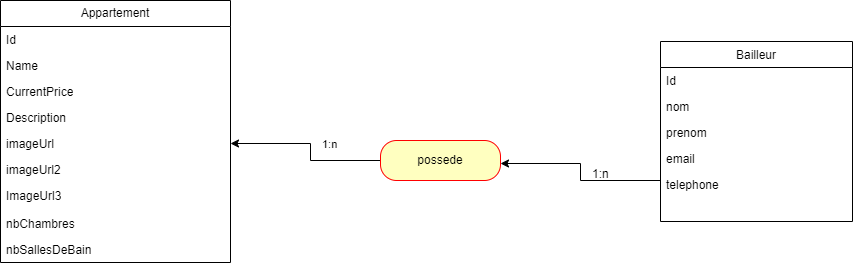
Franckkoukougnon/locappart-back keeps this draw.io diagram as src/main/java/com/cda/locappartback/entity/Loccappart.drawio.png. Above is the earlier version. Source tidied: cells renumbered, new cells last; positions are measured from the earlier drawing's top-left corner, leaving out a move shared by most shapes.
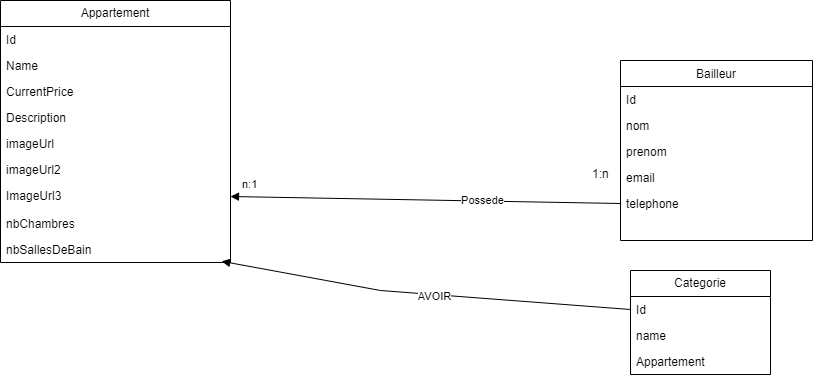
Later version of the same file.

Commit message:
Mettre à jour Loccappart.drawio.png

Diff of the diagram source:
```diff
@@ -3,7 +3,7 @@
     <mxCell id="0" />
     <mxCell id="1" parent="0" />
     <mxCell id="2" value="  Bailleur " style="swimlane;fontStyle=0;align=center;verticalAlign=top;horizontal=1;startSize=26;rounded=0;shadow=0;strokeWidth=1;" parent="1" vertex="1">
-      <mxGeometry x="660" y="41" width="192" height="180" as="geometry" />
+      <mxGeometry x="620" y="60" width="192" height="180" as="geometry" />
     </mxCell>
     <mxCell id="3" value="Id" style="text;align=left;verticalAlign=top;spacingLeft=4;spacingRight=4;overflow=hidden;" parent="2" vertex="1">
       <mxGeometry y="26" width="192" height="26" as="geometry" />
@@ -50,32 +50,39 @@
     <mxCell id="17" value="nbSallesDeBain " style="text;strokeColor=none;fillColor=none;align=left;verticalAlign=top;spacingLeft=4;spacingRight=4;overflow=hidden;points=[[0,0.5],[1,0.5]];portConstraint=eastwest;whiteSpace=wrap;html=1;" parent="8" vertex="1">
       <mxGeometry y="236" width="230" height="26" as="geometry" />
     </mxCell>
-    <mxCell id="18" style="edgeStyle=orthogonalEdgeStyle;rounded=0;jettySize=auto;html=1;" parent="1" edge="1" source="19" target="13">
-      <mxGeometry relative="1" as="geometry">
-        <Array as="points">
-          <mxPoint x="310" y="160" />
-          <mxPoint x="310" y="143" />
-        </Array>
-      </mxGeometry>
-    </mxCell>
-    <mxCell id="19" value="possede" style="rounded=1;whiteSpace=wrap;html=1;arcSize=40;fontColor=#000000;fillColor=#ffffc0;strokeColor=#ff0000;" parent="1" vertex="1">
-      <mxGeometry x="380" y="140" width="120" height="40" as="geometry" />
-    </mxCell>
-    <mxCell id="20" value="&lt;span style=&quot;color: rgb(0, 0, 0); font-family: Helvetica; font-size: 11px; font-style: normal; font-variant-ligatures: normal; font-variant-caps: normal; font-weight: 400; letter-spacing: normal; orphans: 2; text-align: center; text-indent: 0px; text-transform: none; widows: 2; word-spacing: 0px; -webkit-text-stroke-width: 0px; background-color: rgb(255, 255, 255); text-decoration-thickness: initial; text-decoration-style: initial; text-decoration-color: initial; float: none; display: inline !important;&quot;&gt;1:n&lt;/span&gt;" style="text;whiteSpace=wrap;html=1;" parent="1" vertex="1">
-      <mxGeometry x="320" y="130" width="50" height="40" as="geometry" />
-    </mxCell>
-    <mxCell id="21" style="edgeStyle=orthogonalEdgeStyle;rounded=0;jettySize=auto;html=1;exitX=0;exitY=0.5;exitDx=0;exitDy=0;" parent="1" edge="1" source="7">
-      <mxGeometry relative="1" as="geometry">
-        <mxPoint x="500" y="163" as="targetPoint" />
-        <Array as="points">
-          <mxPoint x="660" y="180" />
-          <mxPoint x="580" y="180" />
-          <mxPoint x="580" y="163" />
-        </Array>
-      </mxGeometry>
-    </mxCell>
     <mxCell id="22" value="1:n" style="text;whiteSpace=wrap;html=1;" parent="1" vertex="1">
       <mxGeometry x="590" y="160" width="50" height="40" as="geometry" />
     </mxCell>
+    <mxCell id="23" value="Categorie" style="swimlane;fontStyle=0;horizontal=1;startSize=26;fillColor=none;whiteSpace=wrap;html=1;" parent="1" vertex="1">
+      <mxGeometry x="630" y="270" width="140" height="104" as="geometry" />
+    </mxCell>
+    <mxCell id="24" value="Id" style="text;strokeColor=none;fillColor=none;align=left;verticalAlign=top;spacingLeft=4;spacingRight=4;overflow=hidden;points=[[0,0.5],[1,0.5]];portConstraint=eastwest;whiteSpace=wrap;html=1;" parent="23" vertex="1">
+      <mxGeometry y="26" width="140" height="26" as="geometry" />
+    </mxCell>
+    <mxCell id="25" value="name" style="text;strokeColor=none;fillColor=none;align=left;verticalAlign=top;spacingLeft=4;spacingRight=4;overflow=hidden;whiteSpace=wrap;html=1;" parent="23" vertex="1">
+      <mxGeometry y="52" width="140" height="26" as="geometry" />
+    </mxCell>
+    <mxCell id="26" value="Appartement" style="text;strokeColor=none;fillColor=none;align=left;verticalAlign=top;spacingLeft=4;spacingRight=4;overflow=hidden;whiteSpace=wrap;html=1;" parent="23" vertex="1">
+      <mxGeometry y="78" width="140" height="26" as="geometry" />
+    </mxCell>
+    <mxCell id="27" style="html=1;verticalAlign=bottom;endArrow=block;curved=0;rounded=0;entryX=0.962;entryY=0.954;entryDx=0;entryDy=0;entryPerimeter=0;exitX=0;exitY=0.5;exitDx=0;exitDy=0;" parent="1" edge="1" source="24" target="17">
+      <mxGeometry relative="1" as="geometry">
+        <Array as="points">
+          <mxPoint x="380" y="290" />
+        </Array>
+      </mxGeometry>
+    </mxCell>
+    <mxCell id="28" value="AVOIR" style="edgeLabel;html=1;align=center;verticalAlign=middle;" parent="27" vertex="1">
+      <mxGeometry x="-0.05" y="1" relative="1" as="geometry" />
+    </mxCell>
+    <mxCell id="29" style="html=1;verticalAlign=bottom;endArrow=block;curved=0;rounded=0;entryX=1;entryY=0.5;entryDx=0;entryDy=0;exitX=0;exitY=0.5;exitDx=0;exitDy=0;" parent="1" edge="1" source="7" target="15">
+      <mxGeometry relative="1" as="geometry" />
+    </mxCell>
+    <mxCell id="30" value="Possede" style="edgeLabel;html=1;align=center;verticalAlign=middle;" parent="29" vertex="1">
+      <mxGeometry x="-0.29" y="-1" relative="1" as="geometry" />
+    </mxCell>
+    <mxCell id="31" value="&lt;span style=&quot;color: rgb(0, 0, 0); font-family: Helvetica; font-size: 11px; font-style: normal; font-variant-ligatures: normal; font-variant-caps: normal; font-weight: 400; letter-spacing: normal; orphans: 2; text-align: center; text-indent: 0px; text-transform: none; widows: 2; word-spacing: 0px; -webkit-text-stroke-width: 0px; background-color: rgb(255, 255, 255); text-decoration-thickness: initial; text-decoration-style: initial; text-decoration-color: initial; float: none; display: inline !important;&quot;&gt;n:1&lt;/span&gt;" style="text;whiteSpace=wrap;html=1;" parent="1" vertex="1">
+      <mxGeometry x="240" y="170" width="20" height="40" as="geometry" />
+    </mxCell>
   </root>
 </mxGraphModel>
```
